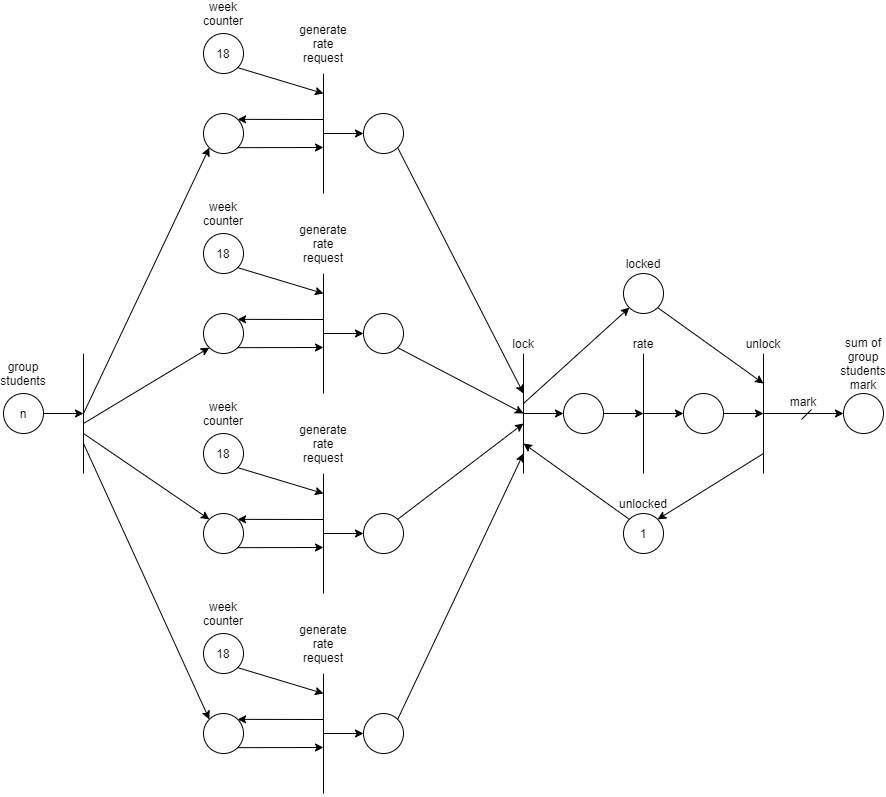
Before: lab5/journal thread petri.png, a diagram exported from draw.io (ojdmytruk/PDC). Source tidied: cells renumbered, new cells last; positions are measured from the earlier drawing's top-left corner, leaving out a move shared by most shapes.
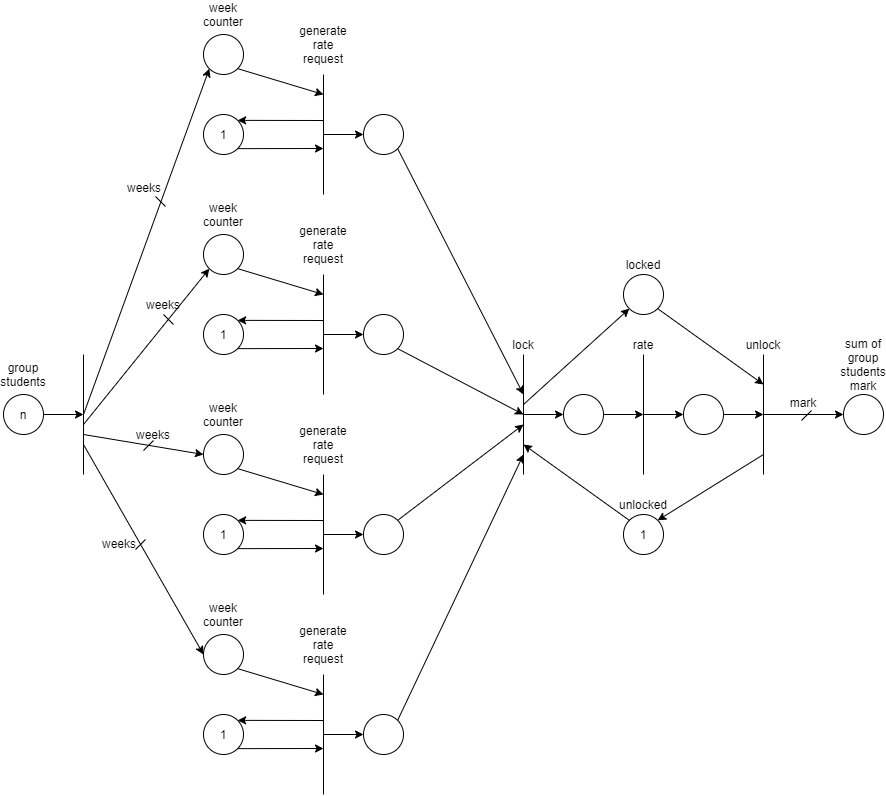
Above is the later version.

What changed in the source:
```diff
@@ -2,13 +2,13 @@
   <root>
     <mxCell id="0" />
     <mxCell id="1" parent="0" />
-    <mxCell id="2" value="18" style="ellipse;whiteSpace=wrap;html=1;" parent="1" vertex="1">
+    <mxCell id="2" style="ellipse;whiteSpace=wrap;html=1;" parent="1" vertex="1">
       <mxGeometry x="200" y="30" width="40" height="40" as="geometry" />
     </mxCell>
     <mxCell id="3" value="week counter" style="text;html=1;strokeColor=none;fillColor=none;align=center;verticalAlign=middle;whiteSpace=wrap;rounded=0;" parent="1" vertex="1">
       <mxGeometry x="200" width="40" height="20" as="geometry" />
     </mxCell>
-    <mxCell id="4" style="ellipse;whiteSpace=wrap;html=1;" parent="1" vertex="1">
+    <mxCell id="4" value="1" style="ellipse;whiteSpace=wrap;html=1;" parent="1" vertex="1">
       <mxGeometry x="200" y="110" width="40" height="40" as="geometry" />
     </mxCell>
     <mxCell id="5" style="endArrow=none;html=1;" parent="1" edge="1">
@@ -43,13 +43,13 @@
         <mxPoint x="320" y="130" as="sourcePoint" />
       </mxGeometry>
     </mxCell>
-    <mxCell id="12" value="18" style="ellipse;whiteSpace=wrap;html=1;" parent="1" vertex="1">
+    <mxCell id="12" style="ellipse;whiteSpace=wrap;html=1;" parent="1" vertex="1">
       <mxGeometry x="200" y="230" width="40" height="40" as="geometry" />
     </mxCell>
     <mxCell id="13" value="week counter" style="text;html=1;strokeColor=none;fillColor=none;align=center;verticalAlign=middle;whiteSpace=wrap;rounded=0;" parent="1" vertex="1">
       <mxGeometry x="200" y="200" width="40" height="20" as="geometry" />
     </mxCell>
-    <mxCell id="14" style="ellipse;whiteSpace=wrap;html=1;" parent="1" vertex="1">
+    <mxCell id="14" value="1" style="ellipse;whiteSpace=wrap;html=1;" parent="1" vertex="1">
       <mxGeometry x="200" y="310" width="40" height="40" as="geometry" />
     </mxCell>
     <mxCell id="15" style="endArrow=none;html=1;" parent="1" edge="1">
@@ -84,13 +84,13 @@
         <mxPoint x="320" y="330" as="sourcePoint" />
       </mxGeometry>
     </mxCell>
-    <mxCell id="22" value="18" style="ellipse;whiteSpace=wrap;html=1;" parent="1" vertex="1">
+    <mxCell id="22" style="ellipse;whiteSpace=wrap;html=1;" parent="1" vertex="1">
       <mxGeometry x="200" y="430" width="40" height="40" as="geometry" />
     </mxCell>
     <mxCell id="23" value="week counter" style="text;html=1;strokeColor=none;fillColor=none;align=center;verticalAlign=middle;whiteSpace=wrap;rounded=0;" parent="1" vertex="1">
       <mxGeometry x="200" y="400" width="40" height="20" as="geometry" />
     </mxCell>
-    <mxCell id="24" style="ellipse;whiteSpace=wrap;html=1;" parent="1" vertex="1">
+    <mxCell id="24" value="1" style="ellipse;whiteSpace=wrap;html=1;" parent="1" vertex="1">
       <mxGeometry x="200" y="510" width="40" height="40" as="geometry" />
     </mxCell>
     <mxCell id="25" style="endArrow=none;html=1;" parent="1" edge="1">
@@ -125,13 +125,13 @@
         <mxPoint x="320" y="530" as="sourcePoint" />
       </mxGeometry>
     </mxCell>
-    <mxCell id="32" value="18" style="ellipse;whiteSpace=wrap;html=1;" parent="1" vertex="1">
+    <mxCell id="32" style="ellipse;whiteSpace=wrap;html=1;" parent="1" vertex="1">
       <mxGeometry x="200" y="630" width="40" height="40" as="geometry" />
     </mxCell>
     <mxCell id="33" value="week counter" style="text;html=1;strokeColor=none;fillColor=none;align=center;verticalAlign=middle;whiteSpace=wrap;rounded=0;" parent="1" vertex="1">
       <mxGeometry x="200" y="600" width="40" height="20" as="geometry" />
     </mxCell>
-    <mxCell id="34" style="ellipse;whiteSpace=wrap;html=1;" parent="1" vertex="1">
+    <mxCell id="34" value="1" style="ellipse;whiteSpace=wrap;html=1;" parent="1" vertex="1">
       <mxGeometry x="200" y="710" width="40" height="40" as="geometry" />
     </mxCell>
     <mxCell id="35" style="endArrow=none;html=1;" parent="1" edge="1">
@@ -297,22 +297,22 @@
         <mxPoint x="80" y="350" as="targetPoint" />
       </mxGeometry>
     </mxCell>
-    <mxCell id="72" style="endArrow=classic;html=1;entryX=0;entryY=1;entryDx=0;entryDy=0;" parent="1" edge="1" target="4">
+    <mxCell id="72" style="endArrow=classic;html=1;entryX=0;entryY=1;entryDx=0;entryDy=0;" parent="1" edge="1" target="2">
       <mxGeometry relative="1" as="geometry">
         <mxPoint x="80" y="410" as="sourcePoint" />
       </mxGeometry>
     </mxCell>
-    <mxCell id="73" style="endArrow=classic;html=1;entryX=0;entryY=1;entryDx=0;entryDy=0;" parent="1" edge="1" target="14">
+    <mxCell id="73" style="endArrow=classic;html=1;entryX=0;entryY=1;entryDx=0;entryDy=0;" parent="1" edge="1" target="12">
       <mxGeometry relative="1" as="geometry">
         <mxPoint x="80" y="420" as="sourcePoint" />
       </mxGeometry>
     </mxCell>
-    <mxCell id="74" style="endArrow=classic;html=1;entryX=0;entryY=0;entryDx=0;entryDy=0;" parent="1" edge="1" target="24">
+    <mxCell id="74" style="endArrow=classic;html=1;entryX=0;entryY=0.5;entryDx=0;entryDy=0;" parent="1" edge="1" target="22">
       <mxGeometry relative="1" as="geometry">
         <mxPoint x="80" y="430" as="sourcePoint" />
       </mxGeometry>
     </mxCell>
-    <mxCell id="75" style="endArrow=classic;html=1;entryX=0;entryY=0;entryDx=0;entryDy=0;" parent="1" edge="1" target="34">
+    <mxCell id="75" style="endArrow=classic;html=1;entryX=0;entryY=0.5;entryDx=0;entryDy=0;" parent="1" edge="1" target="32">
       <mxGeometry relative="1" as="geometry">
         <mxPoint x="80" y="440" as="sourcePoint" />
       </mxGeometry>
@@ -328,5 +328,41 @@
     <mxCell id="78" value="sum of group students mark" style="text;html=1;strokeColor=none;fillColor=none;align=center;verticalAlign=middle;whiteSpace=wrap;rounded=0;" parent="1" vertex="1">
       <mxGeometry x="840" y="350" width="40" height="20" as="geometry" />
     </mxCell>
+    <mxCell id="79" style="endArrow=none;html=1;" parent="1" edge="1">
+      <mxGeometry relative="1" as="geometry">
+        <mxPoint x="162" y="202" as="sourcePoint" />
+        <mxPoint x="152" y="192" as="targetPoint" />
+      </mxGeometry>
+    </mxCell>
+    <mxCell id="80" style="endArrow=none;html=1;" parent="1" edge="1">
+      <mxGeometry relative="1" as="geometry">
+        <mxPoint x="170" y="320" as="sourcePoint" />
+        <mxPoint x="160" y="310" as="targetPoint" />
+      </mxGeometry>
+    </mxCell>
+    <mxCell id="81" style="endArrow=none;html=1;" parent="1" edge="1">
+      <mxGeometry relative="1" as="geometry">
+        <mxPoint x="150" y="436" as="sourcePoint" />
+        <mxPoint x="140" y="446" as="targetPoint" />
+      </mxGeometry>
+    </mxCell>
+    <mxCell id="82" style="endArrow=none;html=1;" parent="1" edge="1">
+      <mxGeometry relative="1" as="geometry">
+        <mxPoint x="132" y="545" as="sourcePoint" />
+        <mxPoint x="142" y="535" as="targetPoint" />
+      </mxGeometry>
+    </mxCell>
+    <mxCell id="83" value="weeks" style="text;html=1;strokeColor=none;fillColor=none;align=center;verticalAlign=middle;whiteSpace=wrap;rounded=0;" parent="1" vertex="1">
+      <mxGeometry x="121" y="173" width="40" height="20" as="geometry" />
+    </mxCell>
+    <mxCell id="84" value="weeks" style="text;html=1;strokeColor=none;fillColor=none;align=center;verticalAlign=middle;whiteSpace=wrap;rounded=0;" parent="1" vertex="1">
+      <mxGeometry x="140" y="290" width="40" height="20" as="geometry" />
+    </mxCell>
+    <mxCell id="85" value="weeks" style="text;html=1;strokeColor=none;fillColor=none;align=center;verticalAlign=middle;whiteSpace=wrap;rounded=0;" parent="1" vertex="1">
+      <mxGeometry x="130" y="420" width="40" height="20" as="geometry" />
+    </mxCell>
+    <mxCell id="86" value="weeks" style="text;html=1;strokeColor=none;fillColor=none;align=center;verticalAlign=middle;whiteSpace=wrap;rounded=0;" parent="1" vertex="1">
+      <mxGeometry x="96" y="529" width="40" height="20" as="geometry" />
+    </mxCell>
   </root>
 </mxGraphModel>
```
